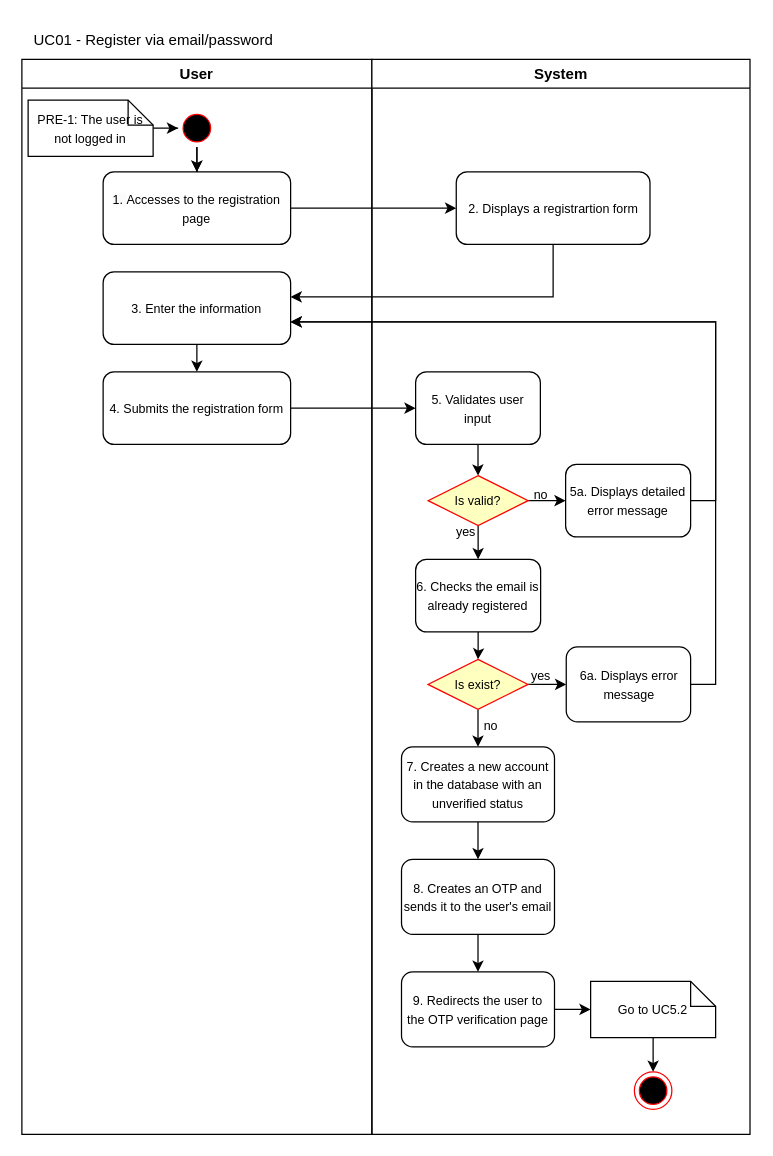
Earlier version of the draw.io diagram docs/activity diagram/UC01-Register.drawio (hiusnguyen201/BE_ClothingShop). Source tidied: cells renumbered, new cells numbered last; positions are measured from the earlier drawing's top-left corner, leaving out a move shared by most shapes. Both pictures are drawn from the tidied source at 125%, with x=0, y=0 at pixel (21, 21).
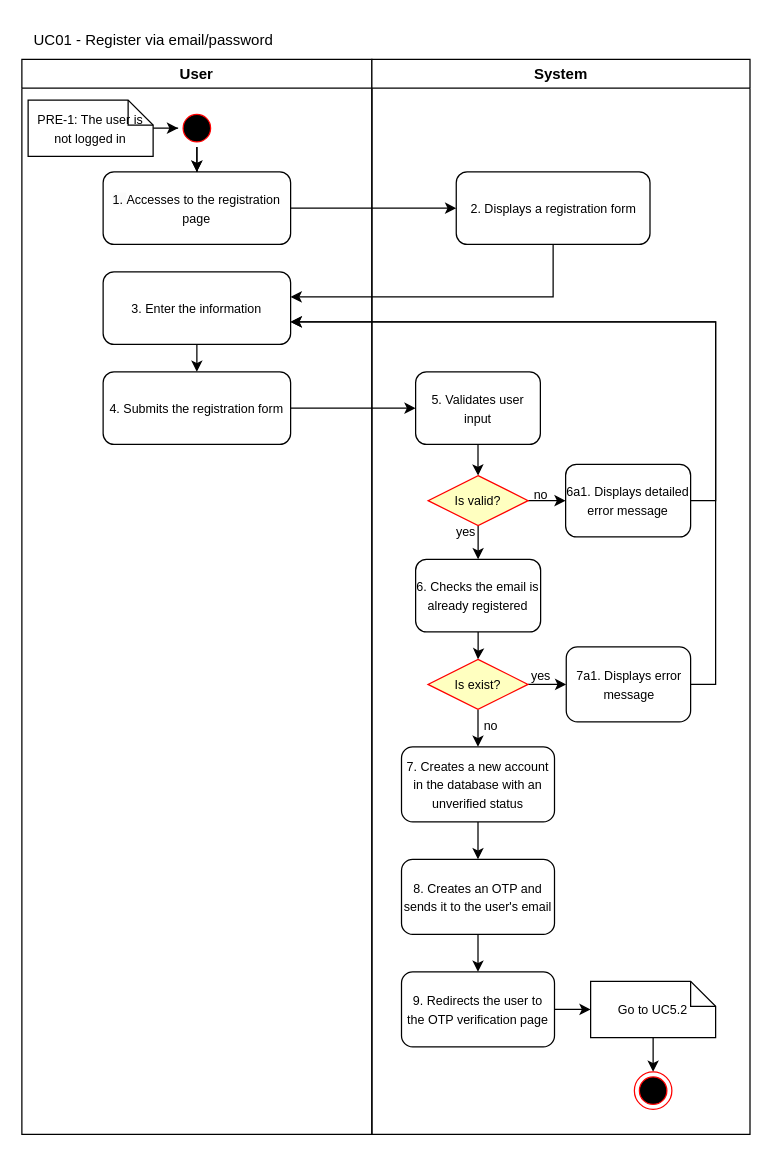
Above is the later version.

Unchanged cells that the change refers to:
```xml
<mxCell id="12" value="System" style="swimlane;whiteSpace=wrap;" parent="1" vertex="1">
  <mxGeometry x="280" y="30" width="302.5" height="860" as="geometry" />
</mxCell>
```

Diff of the diagram source:
```diff
@@
-    <mxCell id="18" value="&lt;font style=&quot;font-size: 10px;&quot;&gt;5a. Displays detailed error message&lt;/font&gt;" style="rounded=1;whiteSpace=wrap;html=1;verticalAlign=middle;" parent="12" vertex="1">
+    <mxCell id="18" value="&lt;font style=&quot;font-size: 10px;&quot;&gt;6a1. Displays detailed error message&lt;/font&gt;" style="rounded=1;whiteSpace=wrap;html=1;verticalAlign=middle;" parent="12" vertex="1">
       <mxGeometry x="155" y="324" width="100" height="58" as="geometry" />
     </mxCell>
@@
-    <mxCell id="21" value="&lt;font style=&quot;font-size: 10px;&quot;&gt;&lt;font style=&quot;font-size: 10px;&quot;&gt;2.&amp;nbsp;&lt;/font&gt;Displays a registrartion form&lt;/font&gt;" style="rounded=1;whiteSpace=wrap;html=1;verticalAlign=middle;" parent="12" vertex="1">
+    <mxCell id="21" value="&lt;font style=&quot;font-size: 10px;&quot;&gt;&lt;font style=&quot;font-size: 10px;&quot;&gt;2.&amp;nbsp;&lt;/font&gt;Displays a registration form&lt;/font&gt;" style="rounded=1;whiteSpace=wrap;html=1;verticalAlign=middle;" parent="12" vertex="1">
       <mxGeometry x="67.5" y="90" width="155" height="58" as="geometry" />
     </mxCell>
@@
-    <mxCell id="27" value="&lt;font style=&quot;font-size: 10px;&quot;&gt;&lt;font style=&quot;font-size: 10px;&quot;&gt;6a.&amp;nbsp;&lt;/font&gt;Displays error message&lt;/font&gt;" style="rounded=1;whiteSpace=wrap;html=1;verticalAlign=middle;" parent="12" vertex="1">
+    <mxCell id="27" value="&lt;font style=&quot;font-size: 10px;&quot;&gt;&lt;font style=&quot;font-size: 10px;&quot;&gt;7a1.&amp;nbsp;&lt;/font&gt;Displays error message&lt;/font&gt;" style="rounded=1;whiteSpace=wrap;html=1;verticalAlign=middle;" parent="12" vertex="1">
       <mxGeometry x="155.5" y="470" width="99.5" height="60" as="geometry" />
     </mxCell>
```
